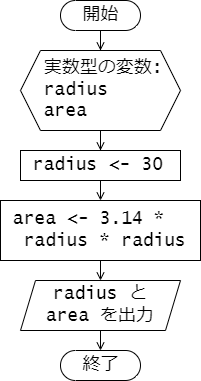
Above: src/assets/flowchart_chap03_semicircle.png in rikitoro/GE2_programming_workbook (draw.io), before the change. Source tidied: cells renumbered, new cells last; positions are measured from the earlier drawing's top-left corner, leaving out a move shared by most shapes. Its diagram source:
```xml
<mxGraphModel>
  <root>
    <mxCell id="0" />
    <mxCell id="1" parent="0" />
    <mxCell id="2" style="edgeStyle=orthogonalEdgeStyle;rounded=0;jettySize=auto;html=1;exitX=0.5;exitY=1;exitDx=0;exitDy=0;fontFamily=Lucida Console;fontSize=18;endArrow=open;endFill=0;" parent="1" edge="1" source="3" target="7">
      <mxGeometry relative="1" as="geometry" />
    </mxCell>
    <mxCell id="3" value="&amp;nbsp; 実数型の変数:&lt;br style=&quot;font-size: 18px;&quot;&gt;&amp;nbsp; radius&lt;br&gt;&amp;nbsp; area" style="shape=hexagon;perimeter=hexagonPerimeter2;whiteSpace=wrap;html=1;fixedSize=1;fontSize=18;size=20;fontFamily=Lucida Console;align=left;" parent="1" vertex="1">
      <mxGeometry x="20" y="50" width="160" height="80" as="geometry" />
    </mxCell>
    <mxCell id="4" style="edgeStyle=orthogonalEdgeStyle;rounded=0;jettySize=auto;html=1;exitX=0.5;exitY=1;exitDx=0;exitDy=0;entryX=0.5;entryY=0;entryDx=0;entryDy=0;fontFamily=Lucida Console;fontSize=18;endArrow=open;endFill=0;" parent="1" edge="1" source="5" target="9">
      <mxGeometry relative="1" as="geometry" />
    </mxCell>
    <mxCell id="5" value="&amp;nbsp;area &amp;lt;- 3.14 *&lt;br&gt;&amp;nbsp; radius * radius" style="html=1;dashed=0;whitespace=wrap;fontSize=18;fontFamily=Lucida Console;align=left;" parent="1" vertex="1">
      <mxGeometry y="200" width="200" height="60" as="geometry" />
    </mxCell>
    <mxCell id="6" style="edgeStyle=orthogonalEdgeStyle;rounded=0;jettySize=auto;html=1;exitX=0.5;exitY=1;exitDx=0;exitDy=0;entryX=0.5;entryY=0;entryDx=0;entryDy=0;fontFamily=Lucida Console;fontSize=18;endArrow=open;endFill=0;" parent="1" edge="1" source="7" target="5">
      <mxGeometry relative="1" as="geometry" />
    </mxCell>
    <mxCell id="7" value="&amp;nbsp;radius &amp;lt;- 30" style="html=1;dashed=0;whitespace=wrap;fontSize=18;fontFamily=Lucida Console;align=left;" parent="1" vertex="1">
      <mxGeometry x="20" y="150" width="160" height="30" as="geometry" />
    </mxCell>
    <mxCell id="8" style="edgeStyle=orthogonalEdgeStyle;rounded=0;jettySize=auto;html=1;exitX=0.5;exitY=1;exitDx=0;exitDy=0;entryX=0.5;entryY=0.5;entryDx=0;entryDy=-15;fontFamily=Lucida Console;fontSize=18;endArrow=open;endFill=0;entryPerimeter=0;" parent="1" edge="1" source="9" target="10">
      <mxGeometry relative="1" as="geometry" />
    </mxCell>
    <mxCell id="9" value="radius と&lt;br&gt;area を出力" style="shape=parallelogram;perimeter=parallelogramPerimeter;whiteSpace=wrap;html=1;dashed=0;fontSize=18;size=0.09375;fontFamily=Lucida Console;" parent="1" vertex="1">
      <mxGeometry x="20" y="280" width="160" height="50" as="geometry" />
    </mxCell>
    <mxCell id="10" value="終了" style="html=1;dashed=0;whitespace=wrap;shape=mxgraph.dfd.start;fontFamily=Lucida Console;fontSize=18;" parent="1" vertex="1">
      <mxGeometry x="60" y="350" width="80" height="30" as="geometry" />
    </mxCell>
    <mxCell id="11" style="edgeStyle=orthogonalEdgeStyle;rounded=0;jettySize=auto;html=1;exitX=0.5;exitY=0.5;exitDx=0;exitDy=15;exitPerimeter=0;fontFamily=Lucida Console;fontSize=18;endArrow=open;endFill=0;" parent="1" edge="1" source="12" target="3">
      <mxGeometry relative="1" as="geometry" />
    </mxCell>
    <mxCell id="12" value="開始" style="html=1;dashed=0;whitespace=wrap;shape=mxgraph.dfd.start;fontFamily=Lucida Console;fontSize=18;" parent="1" vertex="1">
      <mxGeometry x="60" width="80" height="30" as="geometry" />
    </mxCell>
  </root>
</mxGraphModel>
```
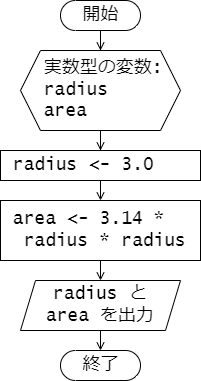
After the change.

Change to the diagram source:
```diff
@@ -17,8 +17,8 @@
     <mxCell id="6" style="edgeStyle=orthogonalEdgeStyle;rounded=0;jettySize=auto;html=1;exitX=0.5;exitY=1;exitDx=0;exitDy=0;entryX=0.5;entryY=0;entryDx=0;entryDy=0;fontFamily=Lucida Console;fontSize=18;endArrow=open;endFill=0;" parent="1" edge="1" source="7" target="5">
       <mxGeometry relative="1" as="geometry" />
     </mxCell>
-    <mxCell id="7" value="&amp;nbsp;radius &amp;lt;- 30" style="html=1;dashed=0;whitespace=wrap;fontSize=18;fontFamily=Lucida Console;align=left;" parent="1" vertex="1">
-      <mxGeometry x="20" y="150" width="160" height="30" as="geometry" />
+    <mxCell id="7" value="&amp;nbsp;radius &amp;lt;- 3.0" style="html=1;dashed=0;whitespace=wrap;fontSize=18;fontFamily=Lucida Console;align=left;" parent="1" vertex="1">
+      <mxGeometry y="150" width="200" height="30" as="geometry" />
     </mxCell>
     <mxCell id="8" style="edgeStyle=orthogonalEdgeStyle;rounded=0;jettySize=auto;html=1;exitX=0.5;exitY=1;exitDx=0;exitDy=0;entryX=0.5;entryY=0.5;entryDx=0;entryDy=-15;fontFamily=Lucida Console;fontSize=18;endArrow=open;endFill=0;entryPerimeter=0;" parent="1" edge="1" source="9" target="10">
       <mxGeometry relative="1" as="geometry" />
```
